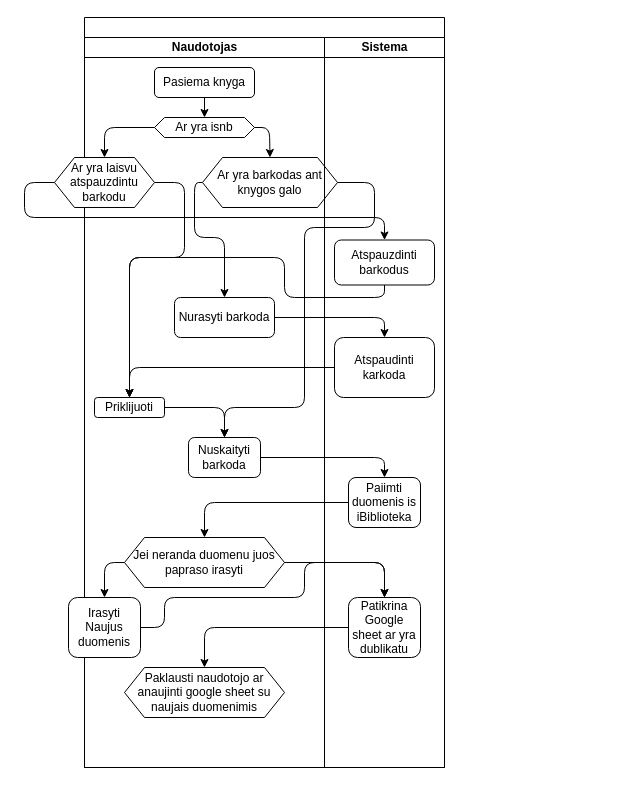
JustPause/KVM-bibliotekos-sistema keeps this draw.io diagram as src/etc/Process Activity Diagrams.drawio. Above is the earlier version. Source tidied: cells renumbered, new cells numbered last; positions are measured from the earlier drawing's top-left corner, leaving out a move shared by most shapes. Both pictures are drawn from the tidied source at 100%, with x=0, y=0 at pixel (24, 17).
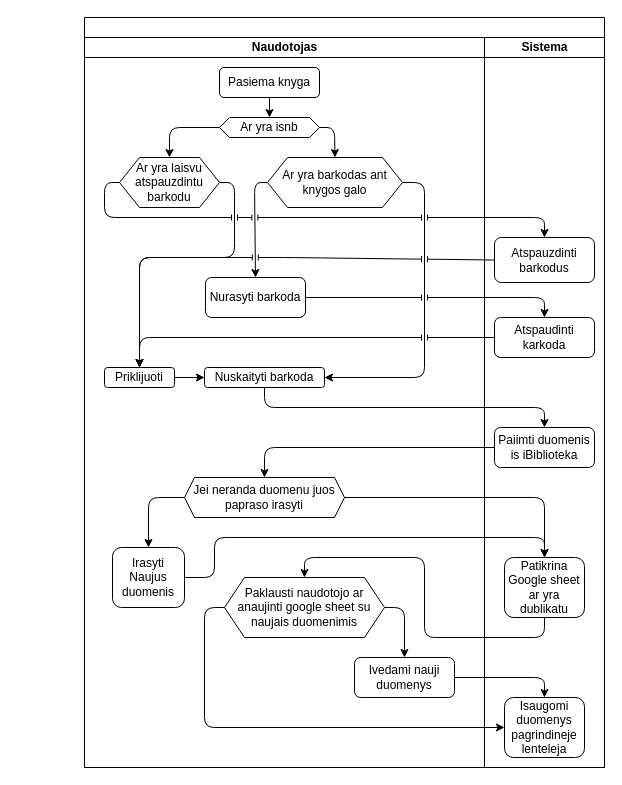
Above is the later version.

Change to the diagram source:
```diff
@@
     <mxCell id="2" value="&lt;div&gt;&lt;br&gt;&lt;/div&gt;" style="swimlane;startSize=20;html=1;" parent="1" vertex="1">
-      <mxGeometry x="60" width="360" height="750" as="geometry" />
+      <mxGeometry x="60" width="520" height="750" as="geometry" />
     </mxCell>
-    <mxCell id="3" style="edgeStyle=none;html=1;entryX=0.5;entryY=0;entryDx=0;entryDy=0;" parent="2" edge="1" source="16" target="31">
-      <mxGeometry relative="1" as="geometry">
-        <Array as="points">
-          <mxPoint x="-60" y="165" />
-          <mxPoint x="-60" y="200" />
-          <mxPoint x="300" y="200" />
-        </Array>
-      </mxGeometry>
-    </mxCell>
-    <mxCell id="4" style="edgeStyle=none;html=1;entryX=0.5;entryY=0;entryDx=0;entryDy=0;" parent="2" edge="1" source="31" target="19">
-      <mxGeometry relative="1" as="geometry">
-        <Array as="points">
-          <mxPoint x="300" y="280" />
-          <mxPoint x="200" y="280" />
-          <mxPoint x="200" y="240" />
-          <mxPoint x="45" y="240" />
-        </Array>
-      </mxGeometry>
-    </mxCell>
-    <mxCell id="5" style="edgeStyle=none;html=1;entryX=0.5;entryY=0;entryDx=0;entryDy=0;" parent="2" edge="1" source="30" target="19">
-      <mxGeometry relative="1" as="geometry">
-        <Array as="points">
-          <mxPoint x="45" y="350" />
-        </Array>
-      </mxGeometry>
-    </mxCell>
     <mxCell id="6" style="edgeStyle=none;html=1;entryX=0.5;entryY=0;entryDx=0;entryDy=0;" parent="2" edge="1" source="33" target="25">
       <mxGeometry relative="1" as="geometry">
         <Array as="points">
-          <mxPoint x="120" y="610" />
+          <mxPoint x="460" y="620" />
+          <mxPoint x="340" y="620" />
+          <mxPoint x="340" y="540" />
+          <mxPoint x="220" y="540" />
         </Array>
       </mxGeometry>
     </mxCell>
     <mxCell id="7" style="edgeStyle=none;html=1;entryX=0.5;entryY=0;entryDx=0;entryDy=0;" parent="2" edge="1" source="32" target="27">
       <mxGeometry relative="1" as="geometry">
         <Array as="points">
-          <mxPoint x="120" y="485" />
+          <mxPoint x="180" y="430" />
         </Array>
       </mxGeometry>
     </mxCell>
     <mxCell id="8" value="Naudotojas" style="swimlane;startSize=20;html=1;" parent="2" vertex="1">
-      <mxGeometry y="20" width="240" height="730" as="geometry" />
+      <mxGeometry y="20" width="400" height="730" as="geometry" />
     </mxCell>
@@
     <mxCell id="10" value="Pasiema knyga" style="rounded=1;whiteSpace=wrap;html=1;" parent="8" vertex="1">
-      <mxGeometry x="70" y="30" width="100" height="30" as="geometry" />
+      <mxGeometry x="135" y="30" width="100" height="30" as="geometry" />
     </mxCell>
-    <mxCell id="11" style="edgeStyle=none;html=1;" parent="8" edge="1" source="12">
-      <mxGeometry relative="1" as="geometry">
-        <mxPoint x="300" y="440" as="targetPoint" />
-        <Array as="points">
-          <mxPoint x="300" y="420" />
-        </Array>
-      </mxGeometry>
-    </mxCell>
     <mxCell id="12" value="Nuskaityti barkoda" style="whiteSpace=wrap;html=1;rounded=1;" parent="8" vertex="1">
-      <mxGeometry x="104" y="400" width="72" height="40" as="geometry" />
+      <mxGeometry x="120" y="330" width="120" height="20" as="geometry" />
     </mxCell>
     <mxCell id="13" style="edgeStyle=none;html=1;entryX=0.5;entryY=0;entryDx=0;entryDy=0;" parent="8" edge="1" source="14" target="22">
       <mxGeometry relative="1" as="geometry">
         <Array as="points">
-          <mxPoint x="185" y="90" />
+          <mxPoint x="250" y="90" />
         </Array>
       </mxGeometry>
     </mxCell>
     <mxCell id="14" value="Ar yra isnb" style="shape=hexagon;perimeter=hexagonPerimeter2;whiteSpace=wrap;html=1;fixedSize=1;size=10;" parent="8" vertex="1">
-      <mxGeometry x="70" y="80" width="100" height="20" as="geometry" />
+      <mxGeometry x="135" y="80" width="100" height="20" as="geometry" />
     </mxCell>
     <mxCell id="15" style="edgeStyle=none;html=1;entryX=0.5;entryY=0;entryDx=0;entryDy=0;" parent="8" edge="1" source="16" target="19">
       <mxGeometry relative="1" as="geometry">
         <Array as="points">
-          <mxPoint x="100" y="145" />
-          <mxPoint x="100" y="220" />
-          <mxPoint x="45" y="220" />
+          <mxPoint x="150" y="145" />
+          <mxPoint x="150" y="220" />
+          <mxPoint x="55" y="220" />
         </Array>
       </mxGeometry>
     </mxCell>
     <mxCell id="16" value="Ar yra laisvu atspauzdintu barkodu" style="shape=hexagon;perimeter=hexagonPerimeter2;whiteSpace=wrap;html=1;fixedSize=1;size=20;" parent="8" vertex="1">
-      <mxGeometry x="-30" y="120" width="100" height="50" as="geometry" />
+      <mxGeometry x="35" y="120" width="100" height="50" as="geometry" />
     </mxCell>
     <mxCell id="17" style="edgeStyle=none;html=1;entryX=0.5;entryY=0;entryDx=0;entryDy=0;" parent="8" edge="1" source="14" target="16">
       <mxGeometry relative="1" as="geometry">
         <Array as="points">
-          <mxPoint x="20" y="90" />
+          <mxPoint x="85" y="90" />
         </Array>
       </mxGeometry>
     </mxCell>
-    <mxCell id="18" style="edgeStyle=none;html=1;entryX=0.5;entryY=0;entryDx=0;entryDy=0;" parent="8" edge="1" source="19" target="12">
-      <mxGeometry relative="1" as="geometry">
-        <Array as="points">
-          <mxPoint x="140" y="370" />
-        </Array>
-      </mxGeometry>
+    <mxCell id="18" style="edgeStyle=none;html=1;entryX=0;entryY=0.5;entryDx=0;entryDy=0;" parent="8" edge="1" source="19" target="12">
+      <mxGeometry relative="1" as="geometry" />
     </mxCell>
     <mxCell id="19" value="Priklijuoti" style="whiteSpace=wrap;html=1;rounded=1;" parent="8" vertex="1">
-      <mxGeometry x="10" y="360" width="70" height="20" as="geometry" />
+      <mxGeometry x="20" y="330" width="70" height="20" as="geometry" />
     </mxCell>
-    <mxCell id="20" style="edgeStyle=none;html=1;entryX=0.5;entryY=0;entryDx=0;entryDy=0;" parent="8" edge="1" source="22" target="24">
+    <mxCell id="20" style="edgeStyle=none;html=1;entryX=0.5;entryY=0;entryDx=0;entryDy=0;jumpStyle=none;" parent="8" edge="1" source="22" target="24">
       <mxGeometry relative="1" as="geometry">
         <Array as="points">
-          <mxPoint x="110" y="145" />
-          <mxPoint x="110" y="200" />
-          <mxPoint x="140" y="200" />
+          <mxPoint x="170" y="145" />
         </Array>
       </mxGeometry>
     </mxCell>
-    <mxCell id="21" style="edgeStyle=none;html=1;entryX=0.5;entryY=0;entryDx=0;entryDy=0;" parent="8" edge="1" source="22" target="12">
+    <mxCell id="21" style="edgeStyle=none;html=1;entryX=1;entryY=0.5;entryDx=0;entryDy=0;" parent="8" edge="1" source="22" target="12">
       <mxGeometry relative="1" as="geometry">
         <Array as="points">
-          <mxPoint x="290" y="145" />
-          <mxPoint x="290" y="190" />
-          <mxPoint x="220" y="190" />
-          <mxPoint x="220" y="370" />
-          <mxPoint x="140" y="370" />
+          <mxPoint x="340" y="145" />
+          <mxPoint x="340" y="340" />
         </Array>
       </mxGeometry>
     </mxCell>
     <mxCell id="22" value="Ar yra barkodas ant knygos galo" style="shape=hexagon;perimeter=hexagonPerimeter2;whiteSpace=wrap;html=1;fixedSize=1;size=20;" parent="8" vertex="1">
-      <mxGeometry x="118" y="120" width="135" height="50" as="geometry" />
+      <mxGeometry x="183" y="120" width="135" height="50" as="geometry" />
     </mxCell>
-    <mxCell id="23" style="edgeStyle=none;html=1;" parent="8" edge="1" source="24">
-      <mxGeometry relative="1" as="geometry">
-        <mxPoint x="300" y="300" as="targetPoint" />
-        <Array as="points">
-          <mxPoint x="300" y="280" />
-        </Array>
-      </mxGeometry>
-    </mxCell>
     <mxCell id="24" value="Nurasyti barkoda" style="whiteSpace=wrap;html=1;rounded=1;" parent="8" vertex="1">
-      <mxGeometry x="90" y="260" width="100" height="40" as="geometry" />
+      <mxGeometry x="121" y="240" width="100" height="40" as="geometry" />
     </mxCell>
     <mxCell id="25" value="Paklausti naudotojo ar anaujinti google sheet su naujais duomenimis" style="shape=hexagon;perimeter=hexagonPerimeter2;whiteSpace=wrap;html=1;fixedSize=1;size=20;" parent="8" vertex="1">
-      <mxGeometry x="40" y="630" width="160" height="50" as="geometry" />
+      <mxGeometry x="140" y="540" width="160" height="60" as="geometry" />
     </mxCell>
     <mxCell id="26" style="edgeStyle=none;html=1;entryX=0.5;entryY=0;entryDx=0;entryDy=0;" parent="8" edge="1" source="27" target="28">
       <mxGeometry relative="1" as="geometry">
         <Array as="points">
-          <mxPoint x="20" y="525" />
+          <mxPoint x="64" y="460" />
         </Array>
       </mxGeometry>
     </mxCell>
-    <mxCell id="27" value="Jei neranda duomenu juos papraso irasyti" style="shape=hexagon;perimeter=hexagonPerimeter2;whiteSpace=wrap;html=1;fixedSize=1;size=20;" parent="8" vertex="1">
-      <mxGeometry x="40" y="500" width="160" height="50" as="geometry" />
+    <mxCell id="27" value="Jei neranda duomenu juos papraso irasyti" style="shape=hexagon;perimeter=hexagonPerimeter2;whiteSpace=wrap;html=1;fixedSize=1;size=10;" parent="8" vertex="1">
+      <mxGeometry x="100" y="440" width="160" height="40" as="geometry" />
     </mxCell>
     <mxCell id="28" value="&lt;span style=&quot;color: rgb(0, 0, 0);&quot;&gt;Irasyti Naujus duomenis&lt;/span&gt;" style="whiteSpace=wrap;html=1;rounded=1;" parent="8" vertex="1">
-      <mxGeometry x="-16" y="560" width="72" height="60" as="geometry" />
+      <mxGeometry x="28" y="510" width="72" height="60" as="geometry" />
     </mxCell>
+    <mxCell id="36" style="edgeStyle=none;html=1;" parent="8" edge="1" source="37">
+      <mxGeometry relative="1" as="geometry">
+        <mxPoint x="460" y="660" as="targetPoint" />
+        <Array as="points">
+          <mxPoint x="460" y="640" />
+        </Array>
+      </mxGeometry>
+    </mxCell>
+    <mxCell id="37" value="Ivedami nauji duomenys" style="rounded=1;whiteSpace=wrap;html=1;" parent="8" vertex="1">
+      <mxGeometry x="270" y="620" width="100" height="40" as="geometry" />
+    </mxCell>
+    <mxCell id="38" style="edgeStyle=none;html=1;" parent="8" edge="1" source="25" target="37">
+      <mxGeometry relative="1" as="geometry">
+        <Array as="points">
+          <mxPoint x="320" y="570" />
+        </Array>
+      </mxGeometry>
+    </mxCell>
     <mxCell id="29" value="Sistema" style="swimlane;startSize=20;html=1;" parent="2" vertex="1">
-      <mxGeometry x="240" y="20" width="120" height="730" as="geometry" />
+      <mxGeometry x="400" y="20" width="120" height="730" as="geometry" />
     </mxCell>
     <mxCell id="30" value="Atspaudinti karkoda" style="whiteSpace=wrap;html=1;rounded=1;" parent="29" vertex="1">
-      <mxGeometry x="10" y="300" width="100" height="60" as="geometry" />
+      <mxGeometry x="10" y="280" width="100" height="40" as="geometry" />
     </mxCell>
     <mxCell id="31" value="Atspauzdinti barkodus" style="whiteSpace=wrap;html=1;rounded=1;" parent="29" vertex="1">
-      <mxGeometry x="10" y="202.5" width="100" height="45" as="geometry" />
+      <mxGeometry x="10" y="200" width="100" height="45" as="geometry" />
     </mxCell>
     <mxCell id="32" value="Paiimti duomenis is iBiblioteka" style="whiteSpace=wrap;html=1;rounded=1;" parent="29" vertex="1">
-      <mxGeometry x="24" y="440" width="72" height="50" as="geometry" />
+      <mxGeometry x="10" y="390" width="100" height="40" as="geometry" />
     </mxCell>
     <mxCell id="33" value="&lt;span style=&quot;color: rgb(0, 0, 0);&quot;&gt;Patikrina Google sheet ar yra dublikatu&lt;/span&gt;" style="whiteSpace=wrap;html=1;rounded=1;" parent="29" vertex="1">
-      <mxGeometry x="24" y="560" width="72" height="60" as="geometry" />
+      <mxGeometry x="20" y="520" width="80" height="60" as="geometry" />
     </mxCell>
+    <mxCell id="39" value="&lt;span style=&quot;color: rgb(0, 0, 0);&quot;&gt;Isaugomi duomenys pagrindineje lenteleja&lt;/span&gt;" style="whiteSpace=wrap;html=1;rounded=1;" parent="29" vertex="1">
+      <mxGeometry x="20" y="660" width="80" height="60" as="geometry" />
+    </mxCell>
     <mxCell id="34" style="edgeStyle=none;html=1;entryX=0.5;entryY=0;entryDx=0;entryDy=0;" parent="2" edge="1" source="27" target="33">
       <mxGeometry relative="1" as="geometry">
         <Array as="points">
-          <mxPoint x="300" y="545" />
+          <mxPoint x="460" y="480" />
         </Array>
       </mxGeometry>
     </mxCell>
     <mxCell id="35" style="edgeStyle=none;html=1;entryX=0.5;entryY=0;entryDx=0;entryDy=0;exitX=1;exitY=0.5;exitDx=0;exitDy=0;" parent="2" edge="1" source="28" target="33">
       <mxGeometry relative="1" as="geometry">
         <Array as="points">
-          <mxPoint x="80" y="610" />
-          <mxPoint x="80" y="580" />
-          <mxPoint x="220" y="580" />
-          <mxPoint x="220" y="545" />
-          <mxPoint x="300" y="545" />
+          <mxPoint x="130" y="560" />
+          <mxPoint x="130" y="520" />
+          <mxPoint x="460" y="520" />
         </Array>
       </mxGeometry>
     </mxCell>
+    <mxCell id="23" style="edgeStyle=none;html=1;entryX=0.5;entryY=0;entryDx=0;entryDy=0;jumpStyle=line;" parent="2" edge="1" source="24" target="30">
+      <mxGeometry relative="1" as="geometry">
+        <Array as="points">
+          <mxPoint x="460" y="280" />
+        </Array>
+      </mxGeometry>
+    </mxCell>
+    <mxCell id="11" style="edgeStyle=none;html=1;entryX=0.5;entryY=0;entryDx=0;entryDy=0;" parent="2" edge="1" source="12" target="32">
+      <mxGeometry relative="1" as="geometry">
+        <Array as="points">
+          <mxPoint x="180" y="390" />
+          <mxPoint x="460" y="390" />
+        </Array>
+      </mxGeometry>
+    </mxCell>
+    <mxCell id="40" style="edgeStyle=none;html=1;entryX=0;entryY=0.5;entryDx=0;entryDy=0;" parent="2" edge="1" source="25" target="39">
+      <mxGeometry relative="1" as="geometry">
+        <Array as="points">
+          <mxPoint x="120" y="590" />
+          <mxPoint x="120" y="710" />
+        </Array>
+      </mxGeometry>
+    </mxCell>
+    <mxCell id="5" style="edgeStyle=none;html=1;entryX=0.5;entryY=0;entryDx=0;entryDy=0;jumpStyle=line;" parent="2" edge="1" source="30" target="19">
+      <mxGeometry relative="1" as="geometry">
+        <Array as="points">
+          <mxPoint x="55" y="320" />
+        </Array>
+      </mxGeometry>
+    </mxCell>
+    <mxCell id="4" style="edgeStyle=none;html=1;entryX=0.5;entryY=0;entryDx=0;entryDy=0;exitX=0;exitY=0.5;exitDx=0;exitDy=0;jumpStyle=line;" parent="2" edge="1" source="31" target="19">
+      <mxGeometry relative="1" as="geometry">
+        <Array as="points">
+          <mxPoint x="200" y="240" />
+          <mxPoint x="55" y="240" />
+        </Array>
+      </mxGeometry>
+    </mxCell>
+    <mxCell id="3" style="edgeStyle=none;html=1;entryX=0.5;entryY=0;entryDx=0;entryDy=0;jumpStyle=line;" parent="2" edge="1" source="16" target="31">
+      <mxGeometry relative="1" as="geometry">
+        <Array as="points">
+          <mxPoint x="20" y="165" />
+          <mxPoint x="20" y="200" />
+          <mxPoint x="460" y="200" />
+        </Array>
+      </mxGeometry>
+    </mxCell>
```
